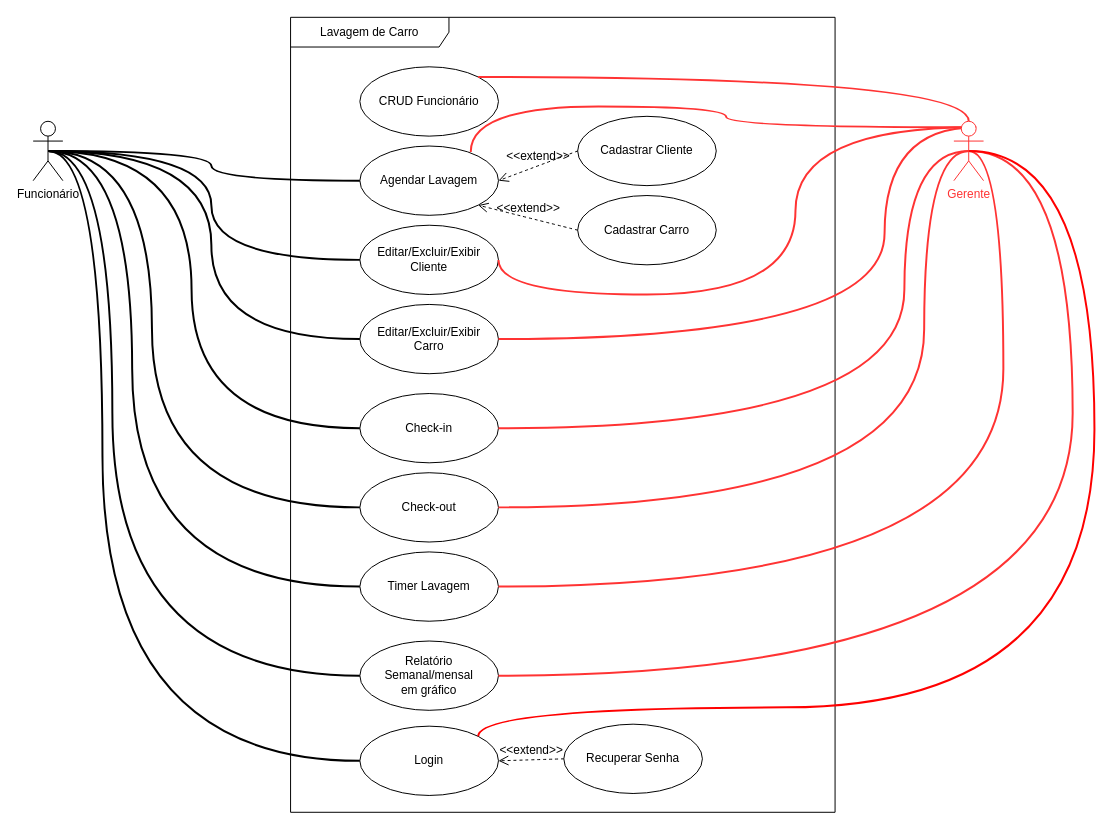
The draw.io diagram Caso_de_uso_LavagemCarro.drawio in PiSbards/AppLavaCar_TCC, before the edit. Source tidied: cells renumbered, new cells numbered last; positions are measured from the earlier drawing's top-left corner, leaving out a move shared by most shapes. Both pictures are drawn from the tidied source at 99%, with x=0, y=0 at pixel (33, 17).
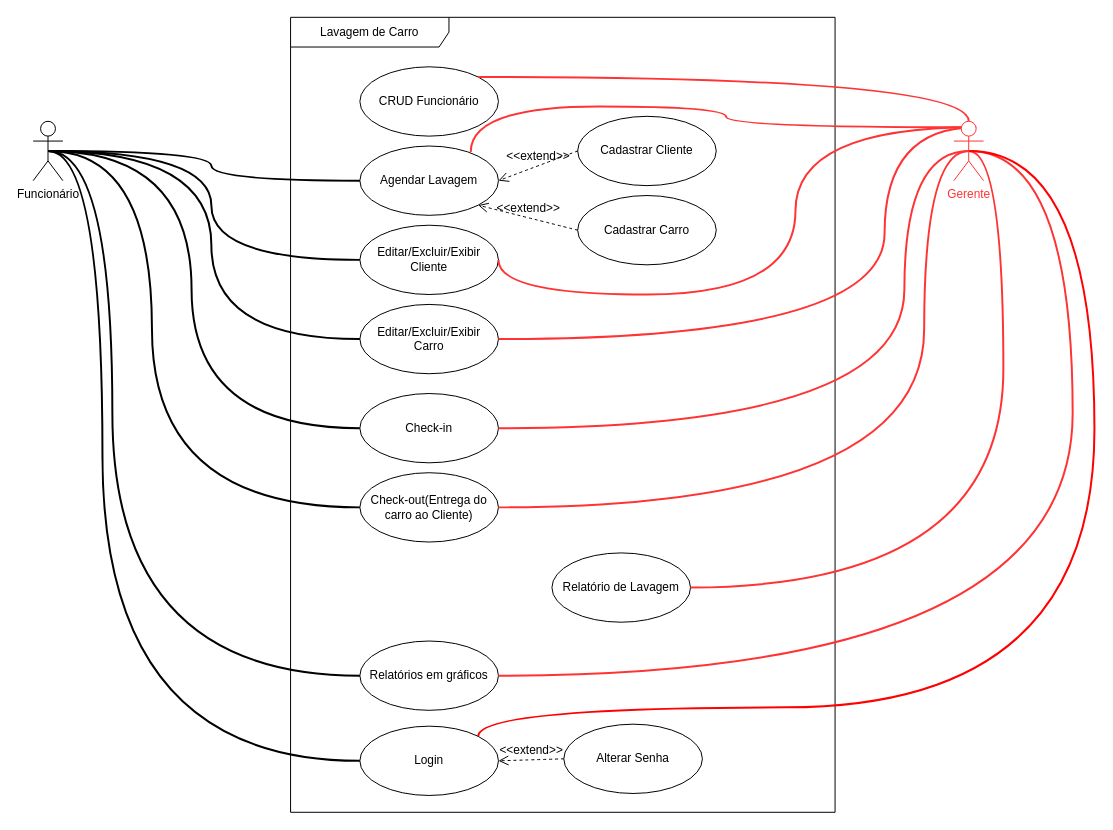
After the change.

Commit message:
03.06.2024 - Att Diagrama de caso de uso

The change refers to these unchanged cells:
```xml
<mxCell id="2" value="Lavagem de Carro" style="shape=umlFrame;whiteSpace=wrap;html=1;width=160;" parent="1" vertex="1">
  <mxGeometry x="260" width="550" height="803" as="geometry" />
</mxCell>
<mxCell id="26" value="Funcionário" style="shape=umlActor;verticalLabelPosition=bottom;verticalAlign=top;html=1;" parent="1" vertex="1">
  <mxGeometry y="105" width="30" height="60" as="geometry" />
</mxCell>
```

What changed in the source:
```diff
@@
-    <mxCell id="7" value="Check-out" style="ellipse;whiteSpace=wrap;html=1;" parent="2" vertex="1">
+    <mxCell id="7" value="Check-out(Entrega do carro ao Cliente)" style="ellipse;whiteSpace=wrap;html=1;" parent="2" vertex="1">
       <mxGeometry x="70" y="460" width="140" height="70" as="geometry" />
     </mxCell>
-    <mxCell id="8" value="Timer Lavagem" style="ellipse;whiteSpace=wrap;html=1;" parent="2" vertex="1">
-      <mxGeometry x="70" y="540" width="140" height="70" as="geometry" />
+    <mxCell id="8" value="Relatório de Lavagem" style="ellipse;whiteSpace=wrap;html=1;" parent="2" vertex="1">
+      <mxGeometry x="264" y="541" width="140" height="70" as="geometry" />
     </mxCell>
-    <mxCell id="9" value="Relatório Semanal/mensal&lt;div&gt;em gráfico&lt;/div&gt;" style="ellipse;whiteSpace=wrap;html=1;" parent="2" vertex="1">
+    <mxCell id="9" value="Relatórios em gráficos" style="ellipse;whiteSpace=wrap;html=1;" parent="2" vertex="1">
       <mxGeometry x="70" y="630" width="140" height="70" as="geometry" />
     </mxCell>
@@
-    <mxCell id="16" value="Recuperar Senha" style="ellipse;whiteSpace=wrap;html=1;" parent="2" vertex="1">
+    <mxCell id="16" value="Alterar Senha" style="ellipse;whiteSpace=wrap;html=1;" parent="2" vertex="1">
       <mxGeometry x="276" y="714" width="140" height="70" as="geometry" />
     </mxCell>
@@
-    <mxCell id="23" style="edgeStyle=orthogonalEdgeStyle;curved=1;rounded=0;jettySize=auto;html=1;exitX=0.5;exitY=0.5;exitDx=0;exitDy=0;exitPerimeter=0;entryX=0;entryY=0.5;entryDx=0;entryDy=0;fontSize=12;startSize=8;endSize=8;strokeWidth=2;endArrow=none;endFill=0;" parent="1" edge="1" source="26" target="8">
-      <mxGeometry relative="1" as="geometry">
-        <Array as="points">
-          <mxPoint x="100" y="135" />
-          <mxPoint x="100" y="575" />
-        </Array>
-      </mxGeometry>
-    </mxCell>
```
